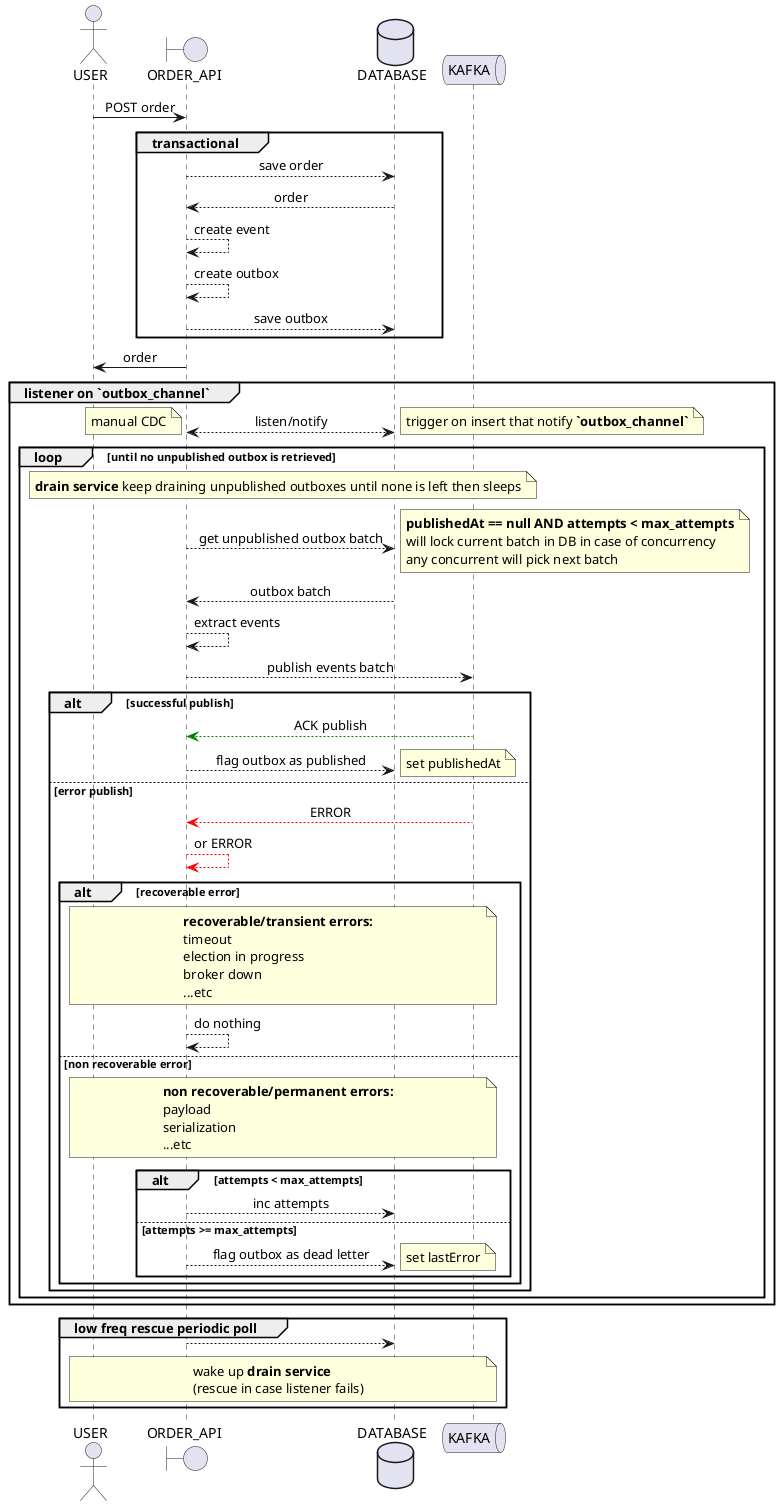
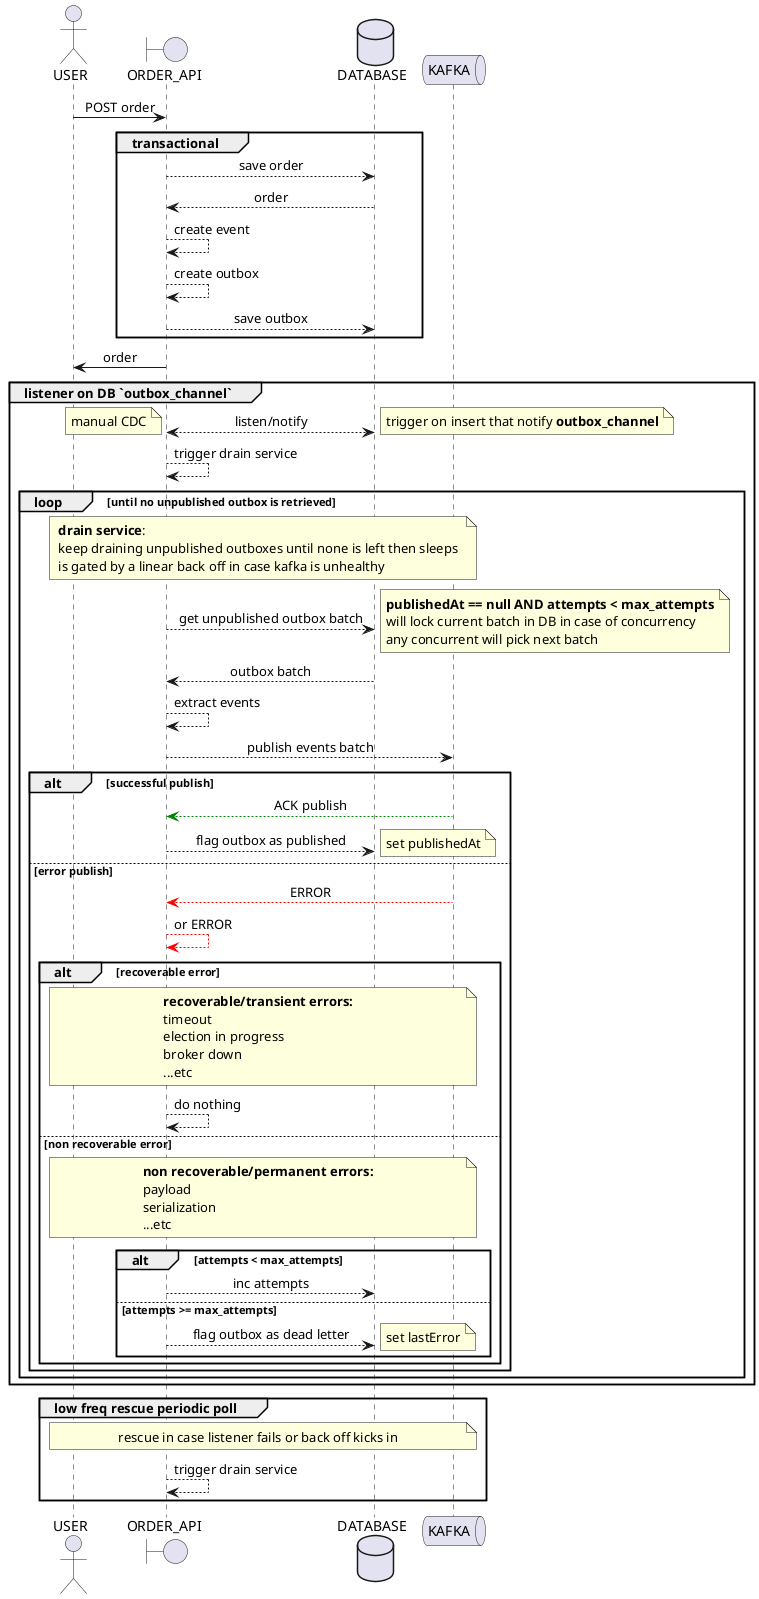
@startuml
skinparam sequenceMessageAlign center

actor USER as U
boundary ORDER_API as API
database DATABASE as DB
queue KAFKA as K

U -> API : POST order
group transactional
    API --> DB : save order
    DB --> API : order
    API --> API : create event
    API --> API : create outbox
    API --> DB : save outbox
end
API -> U : order

- group listener on `outbox_channel`
+ group listener on DB `outbox_channel`
    API <--> DB: listen/notify
    note left: manual CDC
-     note right: trigger on insert that notify **`outbox_channel`**
+     note right: trigger on insert that notify **outbox_channel**
+     API --> API: trigger drain service
    loop until no unpublished outbox is retrieved
-         note across: **drain service** keep draining unpublished outboxes until none is left then sleeps
+         note across: **drain service**:\nkeep draining unpublished outboxes until none is left then sleeps\nis gated by a linear back off in case kafka is unhealthy
        API --> DB : get unpublished outbox batch
        note right: **publishedAt == null AND attempts < max_attempts**\nwill lock current batch in DB in case of concurrency\nany concurrent will pick next batch
        DB --> API : outbox batch
        API --> API : extract events
        API --> K : publish events batch
        alt successful publish
            K -[#green]-> API : ACK publish
            API --> DB : flag outbox as published
            note right: set publishedAt
        else error publish
            K -[#red]-> API : ERROR
            API -[#red]-> API : or ERROR
            alt recoverable error
                note across
                    **recoverable/transient errors:**
                    timeout
                    election in progress
                    broker down
                    ...etc
                end note
                API --> API : do nothing
            else non recoverable error
                note across
                    **non recoverable/permanent errors:**
                    payload
                    serialization
                    ...etc
                end note
                alt attempts < max_attempts
                    API --> DB : inc attempts
                else attempts >= max_attempts
                    API --> DB : flag outbox as dead letter
                    note right: set lastError
                end
            end
        end
    end
end

group low freq rescue periodic poll
-     API --> DB
-     note across: wake up **drain service**\n(rescue in case listener fails)
+     note across: rescue in case listener fails or back off kicks in
+     API --> API: trigger drain service
end
@enduml
